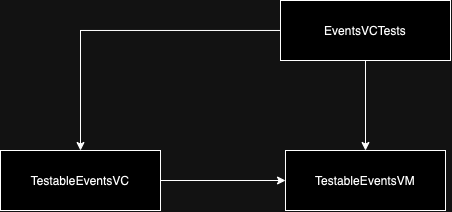
Before: MarvelSampleTests/Tests/Event/EventsVCTests.drawio.png, a diagram exported from draw.io (hiren9697/MavelSample). Source tidied: cells renumbered, new cells last; positions are measured from the earlier drawing's top-left corner, leaving out a move shared by most shapes.
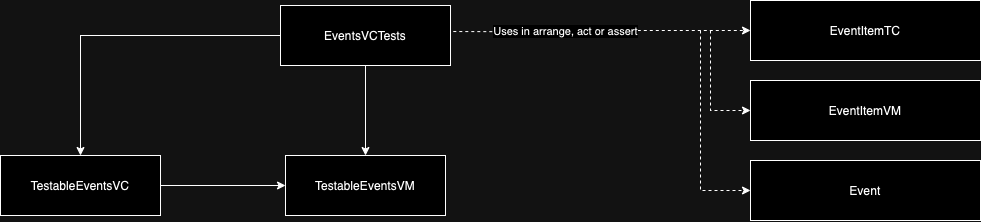
The same file after the commit.

Diff of the diagram source:
```diff
@@ -2,6 +2,28 @@
   <root>
     <mxCell id="0" />
     <mxCell id="1" parent="0" />
+    <mxCell id="8" style="edgeStyle=orthogonalEdgeStyle;rounded=0;jettySize=auto;html=1;entryX=0;entryY=0.5;entryDx=0;entryDy=0;dashed=1;exitX=1.02;exitY=0.184;exitDx=0;exitDy=0;exitPerimeter=0;" parent="1" edge="1" target="10">
+      <mxGeometry relative="1" as="geometry">
+        <mxPoint x="452.8" y="26" as="sourcePoint" />
+      </mxGeometry>
+    </mxCell>
+    <mxCell id="9" value="Uses in arrange, act or assert" style="edgeLabel;html=1;align=center;verticalAlign=middle;" parent="8" vertex="1">
+      <mxGeometry x="-0.25" y="1" relative="1" as="geometry" />
+    </mxCell>
+    <mxCell id="10" value="EventItemTC" style="rounded=0;whiteSpace=wrap;html=1;" parent="1" vertex="1">
+      <mxGeometry x="750" y="-5" width="230" height="60" as="geometry" />
+    </mxCell>
+    <mxCell id="11" value="EventItemVM" style="rounded=0;whiteSpace=wrap;html=1;" parent="1" vertex="1">
+      <mxGeometry x="750" y="75" width="230" height="60" as="geometry" />
+    </mxCell>
+    <mxCell id="12" style="endArrow=classic;html=1;rounded=0;entryX=0;entryY=0.5;entryDx=0;entryDy=0;dashed=1;" parent="1" edge="1" target="11">
+      <mxGeometry relative="1" as="geometry">
+        <mxPoint x="710" y="25" as="sourcePoint" />
+        <Array as="points">
+          <mxPoint x="710" y="105" />
+        </Array>
+      </mxGeometry>
+    </mxCell>
     <mxCell id="2" style="edgeStyle=orthogonalEdgeStyle;rounded=0;jettySize=auto;html=1;entryX=0.5;entryY=0;entryDx=0;entryDy=0;" parent="1" edge="1" source="4" target="6">
       <mxGeometry relative="1" as="geometry" />
     </mxCell>
@@ -20,5 +42,16 @@
     <mxCell id="7" value="TestableEventsVM" style="rounded=0;whiteSpace=wrap;html=1;" parent="1" vertex="1">
       <mxGeometry x="285" y="150" width="160" height="60" as="geometry" />
     </mxCell>
+    <mxCell id="13" value="Event" style="rounded=0;whiteSpace=wrap;html=1;" parent="1" vertex="1">
+      <mxGeometry x="750" y="155" width="230" height="60" as="geometry" />
+    </mxCell>
+    <mxCell id="14" style="endArrow=classic;html=1;rounded=0;entryX=0;entryY=0.5;entryDx=0;entryDy=0;dashed=1;" parent="1" edge="1" target="13">
+      <mxGeometry relative="1" as="geometry">
+        <mxPoint x="700" y="25" as="sourcePoint" />
+        <Array as="points">
+          <mxPoint x="700" y="185" />
+        </Array>
+      </mxGeometry>
+    </mxCell>
   </root>
 </mxGraphModel>
```
